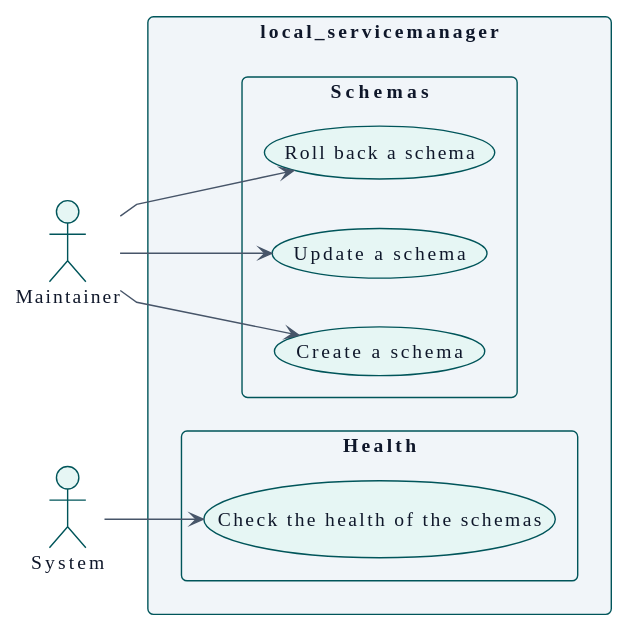
Before: docs/es/technical/requirements/use-case-overview.svg, a diagram exported from PlantUML (didactika/moodle-local_servicemanager).
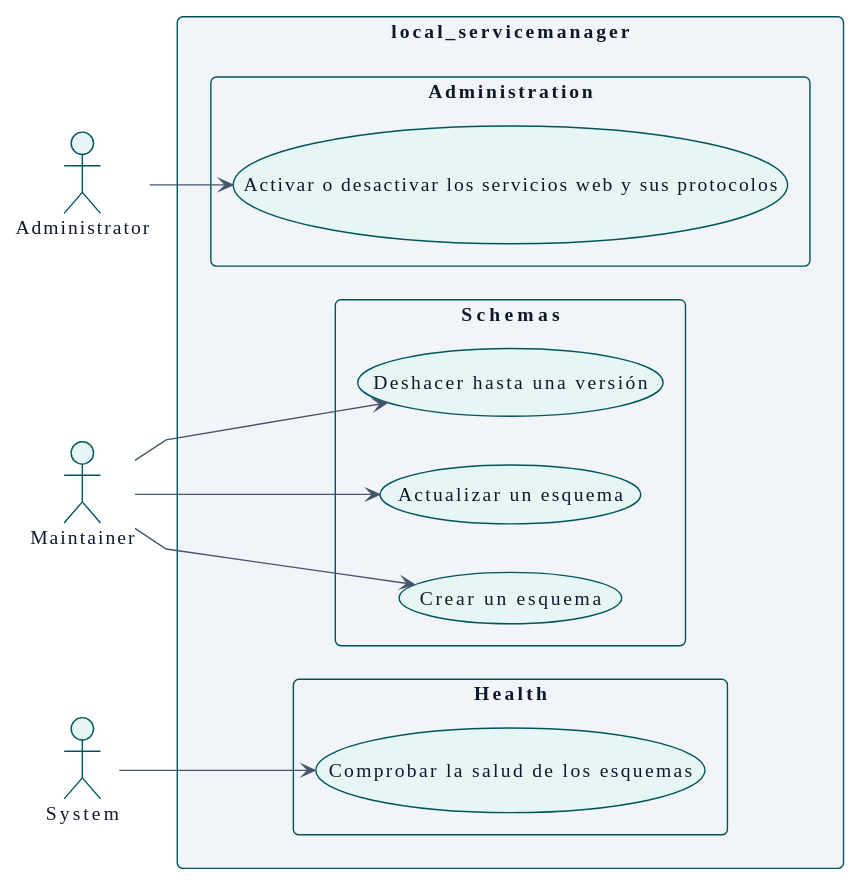
The same diagram one commit later.

Diff of the diagram source:
```diff
@@ -106,17 +106,21 @@
 skinparam linetype polyline
 left to right direction
 
+actor "Administrator" as A_Administrator
 actor "Maintainer" as A_Maintainer
 actor "System" as A_System
 
 rectangle "local_servicemanager" {
   package "Schemas" {
-    usecase "Create a schema" as UC_createSchema
-    usecase "Update a schema" as UC_updateSchema
-    usecase "Roll back a schema" as UC_rollbackSchema
+    usecase "Crear un esquema" as UC_createSchema
+    usecase "Actualizar un esquema" as UC_updateSchema
+    usecase "Deshacer hasta una versión" as UC_rollbackSchema
   }
   package "Health" {
-    usecase "Check the health of the schemas" as UC_checkHealth
+    usecase "Comprobar la salud de los esquemas" as UC_checkHealth
+  }
+  package "Administration" {
+    usecase "Activar o desactivar los servicios web y sus protocolos" as UC_turnWebServices
   }
 }
 
@@ -124,4 +128,5 @@
 A_Maintainer --> UC_updateSchema
 A_Maintainer --> UC_rollbackSchema
 A_System --> UC_checkHealth
+A_Administrator --> UC_turnWebServices
 @enduml
```
